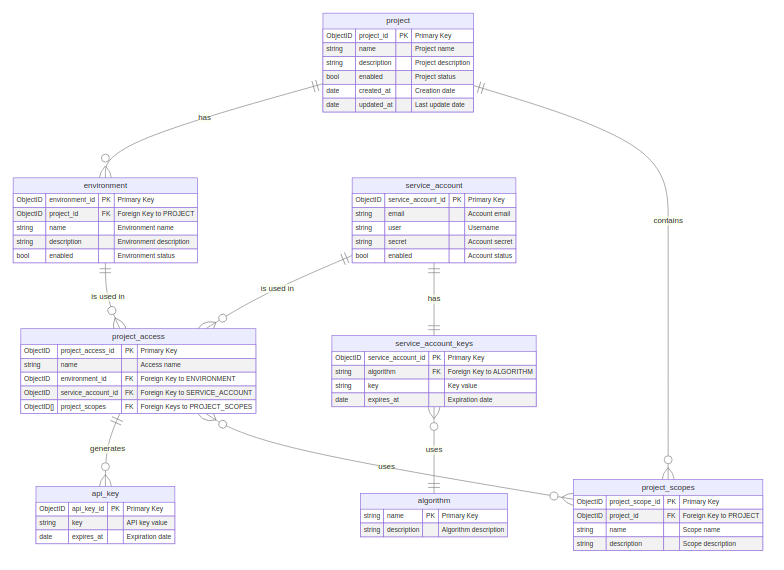
The Mermaid diagram docs/erd/erd.png in refactorartist/buraq, before a commit. Its source is kept beside it as docs/erd/erd.mmd.
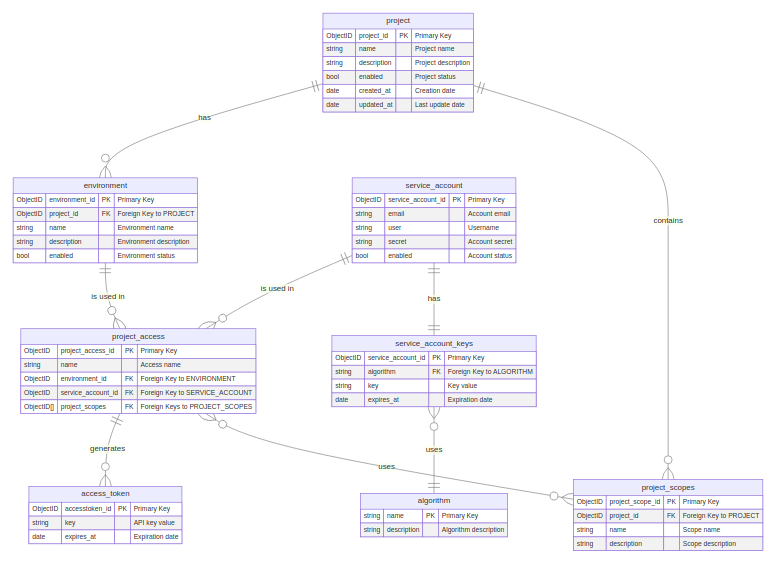
After the change.

Commit message:
refactor: Rename accesstoken to access_token in ERD diagram

This commit updates the entity-relationship diagram (ERD) to rename the `accesstoken` entity to `access_token`, ensuring consistency with naming conventions. The relationship in the diagram is also adjusted accordingly.

Change to the diagram source:
```diff
@@ -4,7 +4,7 @@
         string description "Algorithm description"
     }
 
-    accesstoken {
+    access_token {
         ObjectID accesstoken_id PK "Primary Key"
         string key "API key value"
         date expires_at "Expiration date"
@@ -62,6 +62,6 @@
     service_account ||--o{ project_access : "is used in"
     service_account ||--|| service_account_keys : "has"
     environment ||--o{ project_access : "is used in"
-    project_access ||--o{ accesstoken : "generates"
+    project_access ||--o{ access_token : "generates"
     project_access }o--o{ project_scopes : "uses"
     service_account_keys }o--|| algorithm : "uses"
```
